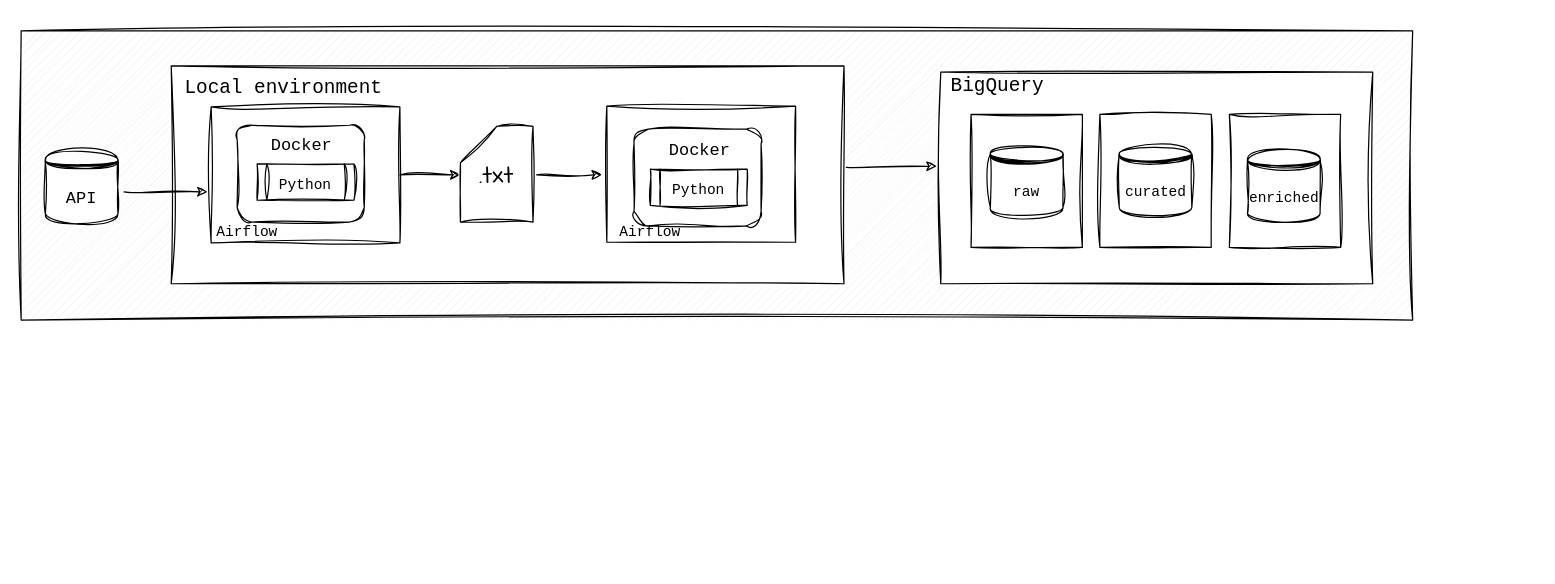
This is architecture.drawio from thaislba/open_brewery, a draw.io file, before an edit. Source tidied: cells renumbered, new cells numbered last; positions are measured from the earlier drawing's top-left corner, leaving out a move shared by most shapes. Both pictures are drawn from the tidied source at 121%, with x=0, y=0 at pixel (21, 30).
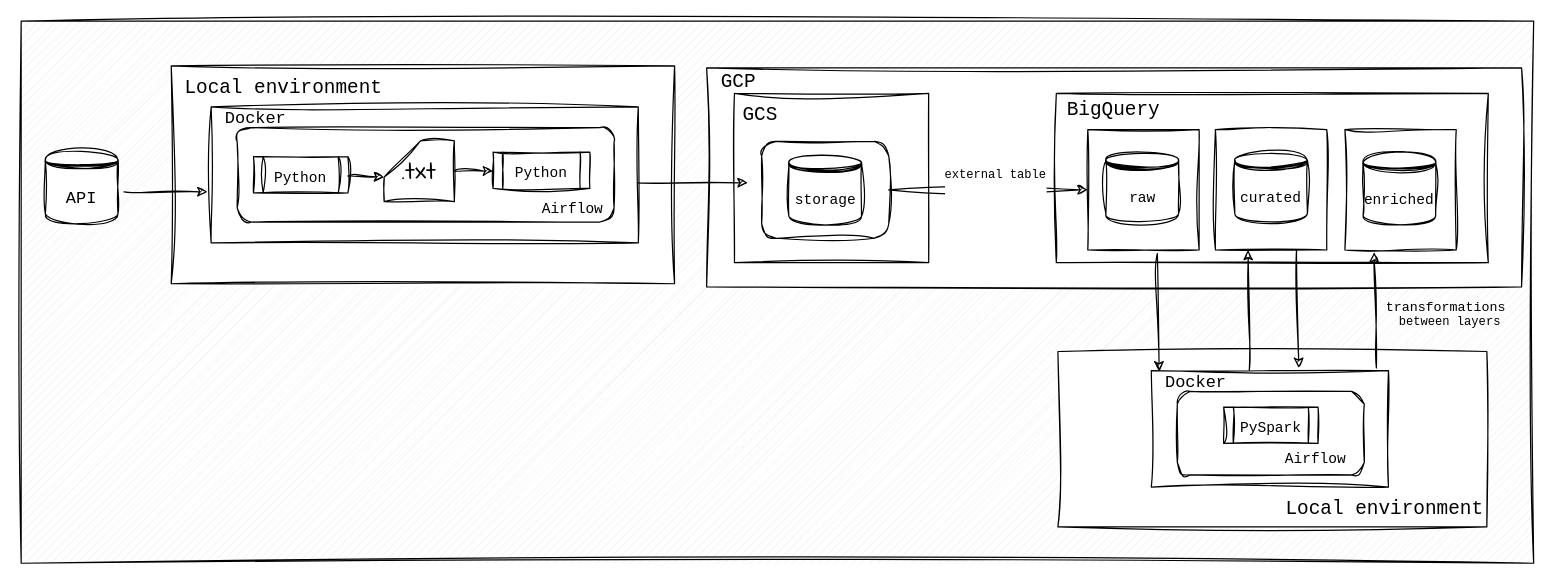
The same page after the edit.

What changed in the source:
```diff
@@
     <mxCell id="2" style="verticalLabelPosition=bottom;verticalAlign=top;html=1;shape=mxgraph.basic.patternFillRect;fillStyle=diag;step=5;fillStrokeWidth=0.2;fillStrokeColor=#dddddd;sketch=1;hachureGap=4;jiggle=2;curveFitting=1;fontFamily=Architects Daughter;fontSize=20;" parent="1" vertex="1">
-      <mxGeometry width="1150" height="239" as="geometry" />
+      <mxGeometry y="-8" width="1250" height="448" as="geometry" />
     </mxCell>
+    <mxCell id="29" style="rounded=0;whiteSpace=wrap;html=1;sketch=1;hachureGap=4;jiggle=2;curveFitting=1;fontFamily=Architects Daughter;fontSize=20;" parent="1" vertex="1">
+      <mxGeometry x="566.5" y="30.6" width="673.5" height="181" as="geometry" />
+    </mxCell>
     <mxCell id="3" style="rounded=0;whiteSpace=wrap;html=1;sketch=1;hachureGap=4;jiggle=2;curveFitting=1;fontFamily=Architects Daughter;fontSize=20;" parent="1" vertex="1">
-      <mxGeometry x="124" y="29" width="556" height="180" as="geometry" />
+      <mxGeometry x="124" y="29" width="416" height="180" as="geometry" />
     </mxCell>
-    <mxCell id="4" style="rounded=0;whiteSpace=wrap;html=1;sketch=1;hachureGap=4;jiggle=2;curveFitting=1;fontFamily=Architects Daughter;fontSize=20;" parent="1" vertex="1">
-      <mxGeometry x="484" y="62.2" width="156" height="112.5" as="geometry" />
-    </mxCell>
     <mxCell id="5" style="rounded=0;whiteSpace=wrap;html=1;sketch=1;hachureGap=4;jiggle=2;curveFitting=1;fontFamily=Architects Daughter;fontSize=20;" parent="1" vertex="1">
-      <mxGeometry x="760" y="34" width="357" height="175" as="geometry" />
+      <mxGeometry x="855.5" y="51.6" width="357" height="140" as="geometry" />
     </mxCell>
     <mxCell id="6" style="rounded=0;whiteSpace=wrap;html=1;sketch=1;curveFitting=1;jiggle=2;" parent="1" vertex="1">
-      <mxGeometry x="998.5" y="69" width="92" height="110" as="geometry" />
+      <mxGeometry x="1094" y="81.6" width="92" height="99.5" as="geometry" />
     </mxCell>
     <mxCell id="7" style="rounded=0;whiteSpace=wrap;html=1;sketch=1;curveFitting=1;jiggle=2;" parent="1" vertex="1">
-      <mxGeometry x="891.5" y="69" width="92" height="110" as="geometry" />
+      <mxGeometry x="987" y="81.6" width="92" height="99.5" as="geometry" />
     </mxCell>
     <mxCell id="8" style="rounded=0;whiteSpace=wrap;html=1;sketch=1;curveFitting=1;jiggle=2;" parent="1" vertex="1">
-      <mxGeometry x="785" y="69" width="92" height="110" as="geometry" />
+      <mxGeometry x="881.5" y="81.6" width="92" height="99.5" as="geometry" />
     </mxCell>
     <mxCell id="9" value="&lt;pre&gt;raw&lt;/pre&gt;" style="shape=datastore;whiteSpace=wrap;html=1;sketch=1;curveFitting=1;jiggle=2;" parent="1" vertex="1">
-      <mxGeometry x="801" y="94" width="60" height="60" as="geometry" />
+      <mxGeometry x="896.5" y="99.1" width="60" height="60" as="geometry" />
     </mxCell>
     <mxCell id="10" value="&lt;pre&gt;curated&lt;/pre&gt;" style="shape=datastore;whiteSpace=wrap;html=1;sketch=1;curveFitting=1;jiggle=2;" parent="1" vertex="1">
-      <mxGeometry x="907.5" y="94" width="60" height="60" as="geometry" />
+      <mxGeometry x="1003" y="99.1" width="60" height="60" as="geometry" />
     </mxCell>
     <mxCell id="11" value="&lt;pre&gt;enriched&lt;/pre&gt;" style="shape=datastore;whiteSpace=wrap;html=1;sketch=1;curveFitting=1;jiggle=2;" parent="1" vertex="1">
-      <mxGeometry x="1013.5" y="99" width="60" height="60" as="geometry" />
+      <mxGeometry x="1109" y="101.1" width="60" height="60" as="geometry" />
     </mxCell>
     <mxCell id="12" value="&lt;pre&gt;&lt;font style=&quot;font-size: 16px;&quot;&gt;BigQuery&lt;/font&gt;&lt;/pre&gt;" style="text;html=1;strokeColor=none;fillColor=none;align=center;verticalAlign=middle;whiteSpace=wrap;rounded=0;fontSize=20;fontFamily=Architects Daughter;" parent="1" vertex="1">
-      <mxGeometry x="777" y="29" width="60" height="30" as="geometry" />
+      <mxGeometry x="872.5" y="49.1" width="60" height="30" as="geometry" />
     </mxCell>
@@
     <mxCell id="15" style="rounded=0;whiteSpace=wrap;html=1;sketch=1;hachureGap=4;jiggle=2;curveFitting=1;fontFamily=Architects Daughter;fontSize=20;" parent="1" vertex="1">
-      <mxGeometry x="157" y="62.8" width="156" height="112.5" as="geometry" />
+      <mxGeometry x="157" y="62.8" width="353" height="112.5" as="geometry" />
     </mxCell>
     <mxCell id="16" style="rounded=1;whiteSpace=wrap;html=1;sketch=1;hachureGap=4;jiggle=2;curveFitting=1;fontFamily=Architects Daughter;fontSize=20;" parent="1" vertex="1">
-      <mxGeometry x="178.5" y="78" width="105" height="80" as="geometry" />
+      <mxGeometry x="178.5" y="80" width="311.5" height="78" as="geometry" />
     </mxCell>
     <mxCell id="17" value="&lt;pre&gt;&lt;font style=&quot;font-size: 12px;&quot;&gt;Python&lt;/font&gt;&lt;/pre&gt;" style="shape=process;whiteSpace=wrap;html=1;backgroundOutline=1;sketch=1;hachureGap=4;jiggle=2;curveFitting=1;fontFamily=Architects Daughter;fontSize=20;" parent="1" vertex="1">
-      <mxGeometry x="195" y="110" width="80" height="30" as="geometry" />
+      <mxGeometry x="192" y="104" width="78" height="30" as="geometry" />
     </mxCell>
     <mxCell id="18" value="&lt;pre&gt;&lt;font style=&quot;font-size: 14px;&quot;&gt;Docker&lt;/font&gt;&lt;/pre&gt;" style="text;html=1;strokeColor=none;fillColor=none;align=center;verticalAlign=middle;whiteSpace=wrap;rounded=0;fontSize=20;fontFamily=Architects Daughter;" parent="1" vertex="1">
-      <mxGeometry x="201.5" y="78" width="60" height="30" as="geometry" />
+      <mxGeometry x="163.5" y="56" width="60" height="30" as="geometry" />
     </mxCell>
@@
-    <mxCell id="20" style="rounded=1;whiteSpace=wrap;html=1;sketch=1;hachureGap=4;jiggle=2;curveFitting=1;fontFamily=Architects Daughter;fontSize=20;" parent="1" vertex="1">
-      <mxGeometry x="506.5" y="81.2" width="105" height="80" as="geometry" />
-    </mxCell>
     <mxCell id="21" value="&lt;pre&gt;&lt;font style=&quot;font-size: 12px;&quot;&gt;Python&lt;/font&gt;&lt;/pre&gt;" style="shape=process;whiteSpace=wrap;html=1;backgroundOutline=1;sketch=1;hachureGap=4;jiggle=2;curveFitting=1;fontFamily=Architects Daughter;fontSize=20;" parent="1" vertex="1">
-      <mxGeometry x="520" y="114.2" width="80" height="30" as="geometry" />
+      <mxGeometry x="390" y="100.2" width="80" height="30" as="geometry" />
     </mxCell>
+    <mxCell id="30" style="edgeStyle=orthogonalEdgeStyle;rounded=0;sketch=1;hachureGap=4;jiggle=2;curveFitting=1;jettySize=auto;html=1;exitX=1;exitY=0.5;exitDx=0;exitDy=0;exitPerimeter=0;entryX=0;entryY=0.5;entryDx=0;entryDy=0;fontFamily=Architects Daughter;fontSize=16;" parent="1" edge="1" source="23" target="21">
+      <mxGeometry relative="1" as="geometry" />
+    </mxCell>
+    <mxCell id="23" value=".txt" style="shape=card;whiteSpace=wrap;html=1;sketch=1;hachureGap=4;jiggle=2;curveFitting=1;fontFamily=Architects Daughter;fontSize=20;" parent="1" vertex="1">
+      <mxGeometry x="300" y="90.9" width="58" height="50.2" as="geometry" />
+    </mxCell>
+    <mxCell id="25" value="&lt;pre&gt;&lt;font style=&quot;font-size: 16px;&quot;&gt;Local environment&lt;/font&gt;&lt;/pre&gt;" style="text;html=1;strokeColor=none;fillColor=none;align=center;verticalAlign=middle;whiteSpace=wrap;rounded=0;fontSize=20;fontFamily=Architects Daughter;" parent="1" vertex="1">
+      <mxGeometry x="187" y="31" width="60" height="30" as="geometry" />
+    </mxCell>
+    <mxCell id="27" value="&lt;pre&gt;&lt;font style=&quot;font-size: 12px;&quot;&gt;Airflow&lt;/font&gt;&lt;/pre&gt;" style="text;html=1;strokeColor=none;fillColor=none;align=center;verticalAlign=middle;whiteSpace=wrap;rounded=0;fontSize=20;fontFamily=Architects Daughter;" parent="1" vertex="1">
+      <mxGeometry x="426" y="130.2" width="60" height="30" as="geometry" />
+    </mxCell>
+    <mxCell id="31" style="rounded=0;whiteSpace=wrap;html=1;sketch=1;hachureGap=4;jiggle=2;curveFitting=1;fontFamily=Architects Daughter;fontSize=20;" parent="1" vertex="1">
+      <mxGeometry x="589.5" y="51.6" width="160.5" height="140" as="geometry" />
+    </mxCell>
+    <mxCell id="32" value="&lt;pre&gt;&lt;font style=&quot;font-size: 16px;&quot;&gt;GCS&lt;/font&gt;&lt;/pre&gt;" style="text;html=1;strokeColor=none;fillColor=none;align=center;verticalAlign=middle;whiteSpace=wrap;rounded=0;fontSize=20;fontFamily=Architects Daughter;" parent="1" vertex="1">
+      <mxGeometry x="580.5" y="52.9" width="60" height="30" as="geometry" />
+    </mxCell>
+    <mxCell id="33" style="rounded=1;whiteSpace=wrap;html=1;sketch=1;hachureGap=4;jiggle=2;curveFitting=1;fontFamily=Architects Daughter;fontSize=20;" parent="1" vertex="1">
+      <mxGeometry x="612" y="91.4" width="105" height="80" as="geometry" />
+    </mxCell>
+    <mxCell id="34" value="&lt;pre&gt;storage&lt;/pre&gt;" style="shape=datastore;whiteSpace=wrap;html=1;sketch=1;curveFitting=1;jiggle=2;" parent="1" vertex="1">
+      <mxGeometry x="634.5" y="101.4" width="60" height="60" as="geometry" />
+    </mxCell>
+    <mxCell id="35" value="&lt;pre&gt;&lt;font style=&quot;font-size: 16px;&quot;&gt;GCP&lt;/font&gt;&lt;/pre&gt;" style="text;html=1;strokeColor=none;fillColor=none;align=center;verticalAlign=middle;whiteSpace=wrap;rounded=0;fontSize=20;fontFamily=Architects Daughter;" parent="1" vertex="1">
+      <mxGeometry x="562.5" y="26.4" width="60" height="30" as="geometry" />
+    </mxCell>
+    <mxCell id="36" style="endArrow=classic;html=1;rounded=0;sketch=1;hachureGap=4;jiggle=2;curveFitting=1;fontFamily=Architects Daughter;fontSize=16;exitX=1;exitY=0.5;exitDx=0;exitDy=0;entryX=0;entryY=0.5;entryDx=0;entryDy=0;" parent="1" edge="1" source="33" target="8">
+      <mxGeometry relative="1" as="geometry" />
+    </mxCell>
+    <mxCell id="37" value="&lt;pre&gt;&lt;font style=&quot;font-size: 10px;&quot;&gt;external table&lt;/font&gt;&lt;/pre&gt;" style="edgeLabel;html=1;align=center;verticalAlign=middle;fontSize=20;fontFamily=Architects Daughter;" parent="36" vertex="1">
+      <mxGeometry x="-0.33" y="3" relative="1" as="geometry">
+        <mxPoint x="33" y="-13" as="offset" />
+      </mxGeometry>
+    </mxCell>
+    <mxCell id="26" style="endArrow=classic;html=1;rounded=0;sketch=1;hachureGap=4;jiggle=2;curveFitting=1;fontFamily=Architects Daughter;fontSize=16;exitX=0.593;exitY=0.472;exitDx=0;exitDy=0;exitPerimeter=0;" parent="1" edge="1">
+      <mxGeometry relative="1" as="geometry">
+        <mxPoint x="510" y="125.7" as="sourcePoint" />
+        <mxPoint x="600.5" y="125.6" as="targetPoint" />
+      </mxGeometry>
+    </mxCell>
+    <mxCell id="38" style="endArrow=classic;html=1;rounded=0;sketch=1;hachureGap=4;jiggle=2;curveFitting=1;fontFamily=Architects Daughter;fontSize=16;entryX=0;entryY=0;entryDx=0;entryDy=30;entryPerimeter=0;" parent="1" edge="1" target="23">
+      <mxGeometry relative="1" as="geometry">
+        <mxPoint x="270" y="120" as="sourcePoint" />
+      </mxGeometry>
+    </mxCell>
+    <mxCell id="39" style="rounded=0;whiteSpace=wrap;html=1;sketch=1;hachureGap=4;jiggle=2;curveFitting=1;fontFamily=Architects Daughter;fontSize=20;" parent="1" vertex="1">
+      <mxGeometry x="856.8" y="265" width="354.5" height="145" as="geometry" />
+    </mxCell>
+    <mxCell id="40" style="rounded=0;whiteSpace=wrap;html=1;sketch=1;hachureGap=4;jiggle=2;curveFitting=1;fontFamily=Architects Daughter;fontSize=20;" parent="1" vertex="1">
+      <mxGeometry x="934" y="280.8" width="196" height="96.2" as="geometry" />
+    </mxCell>
+    <mxCell id="41" style="rounded=1;whiteSpace=wrap;html=1;sketch=1;hachureGap=4;jiggle=2;curveFitting=1;fontFamily=Architects Daughter;fontSize=20;" parent="1" vertex="1">
+      <mxGeometry x="955.5" y="298" width="154.5" height="69" as="geometry" />
+    </mxCell>
+    <mxCell id="42" value="&lt;pre&gt;&lt;font style=&quot;font-size: 12px;&quot;&gt;PySpark&lt;/font&gt;&lt;/pre&gt;" style="shape=process;whiteSpace=wrap;html=1;backgroundOutline=1;sketch=1;hachureGap=4;jiggle=2;curveFitting=1;fontFamily=Architects Daughter;fontSize=20;" parent="1" vertex="1">
+      <mxGeometry x="993.8" y="311" width="78" height="30" as="geometry" />
+    </mxCell>
     <mxCell id="22" value="&lt;pre&gt;&lt;font style=&quot;font-size: 14px;&quot;&gt;Docker&lt;/font&gt;&lt;/pre&gt;" style="text;html=1;strokeColor=none;fillColor=none;align=center;verticalAlign=middle;whiteSpace=wrap;rounded=0;fontSize=20;fontFamily=Architects Daughter;" parent="1" vertex="1">
-      <mxGeometry x="530.5" y="82.2" width="60" height="30" as="geometry" />
+      <mxGeometry x="940.5" y="274" width="60" height="30" as="geometry" />
     </mxCell>
-    <mxCell id="23" value=".txt" style="shape=card;whiteSpace=wrap;html=1;sketch=1;hachureGap=4;jiggle=2;curveFitting=1;fontFamily=Architects Daughter;fontSize=20;" parent="1" vertex="1">
-      <mxGeometry x="363" y="79" width="60" height="79" as="geometry" />
-    </mxCell>
-    <mxCell id="24" style="endArrow=classic;html=1;rounded=0;sketch=1;hachureGap=4;jiggle=2;curveFitting=1;fontFamily=Architects Daughter;fontSize=16;" parent="1" edge="1">
-      <mxGeometry relative="1" as="geometry">
-        <mxPoint x="426" y="119" as="sourcePoint" />
-        <mxPoint x="480" y="119" as="targetPoint" />
-      </mxGeometry>
-    </mxCell>
-    <mxCell id="25" value="&lt;pre&gt;&lt;font style=&quot;font-size: 16px;&quot;&gt;Local environment&lt;/font&gt;&lt;/pre&gt;" style="text;html=1;strokeColor=none;fillColor=none;align=center;verticalAlign=middle;whiteSpace=wrap;rounded=0;fontSize=20;fontFamily=Architects Daughter;" parent="1" vertex="1">
-      <mxGeometry x="187" y="31" width="60" height="30" as="geometry" />
-    </mxCell>
-    <mxCell id="26" style="endArrow=classic;html=1;rounded=0;sketch=1;hachureGap=4;jiggle=2;curveFitting=1;fontFamily=Architects Daughter;fontSize=16;entryX=0.658;entryY=0.468;entryDx=0;entryDy=0;entryPerimeter=0;exitX=0.593;exitY=0.472;exitDx=0;exitDy=0;exitPerimeter=0;" parent="1" edge="1" source="2" target="2">
-      <mxGeometry relative="1" as="geometry" />
-    </mxCell>
-    <mxCell id="27" value="&lt;pre&gt;&lt;font style=&quot;font-size: 12px;&quot;&gt;Airflow&lt;/font&gt;&lt;/pre&gt;" style="text;html=1;strokeColor=none;fillColor=none;align=center;verticalAlign=middle;whiteSpace=wrap;rounded=0;fontSize=20;fontFamily=Architects Daughter;" parent="1" vertex="1">
-      <mxGeometry x="157" y="149" width="60" height="30" as="geometry" />
-    </mxCell>
+    <mxCell id="43" value="&lt;pre&gt;&lt;font style=&quot;font-size: 16px;&quot;&gt;Local environment&lt;/font&gt;&lt;/pre&gt;" style="text;html=1;strokeColor=none;fillColor=none;align=center;verticalAlign=middle;whiteSpace=wrap;rounded=0;fontSize=20;fontFamily=Architects Daughter;" parent="1" vertex="1">
+      <mxGeometry x="1097" y="379" width="60" height="30" as="geometry" />
+    </mxCell>
     <mxCell id="28" value="&lt;pre&gt;&lt;font style=&quot;font-size: 12px;&quot;&gt;Airflow&lt;/font&gt;&lt;/pre&gt;" style="text;html=1;strokeColor=none;fillColor=none;align=center;verticalAlign=middle;whiteSpace=wrap;rounded=0;fontSize=20;fontFamily=Architects Daughter;" parent="1" vertex="1">
-      <mxGeometry x="490" y="149" width="60" height="30" as="geometry" />
+      <mxGeometry x="1040" y="337" width="60" height="30" as="geometry" />
     </mxCell>
+    <mxCell id="44" style="endArrow=classic;html=1;rounded=0;sketch=1;hachureGap=4;jiggle=2;curveFitting=1;fontFamily=Architects Daughter;fontSize=16;exitX=0.625;exitY=1.029;exitDx=0;exitDy=0;entryX=0;entryY=0.25;entryDx=0;entryDy=0;exitPerimeter=0;" parent="1" edge="1" source="8" target="22">
+      <mxGeometry relative="1" as="geometry" />
+    </mxCell>
+    <mxCell id="45" style="endArrow=classic;html=1;rounded=0;sketch=1;hachureGap=4;jiggle=2;curveFitting=1;fontFamily=Architects Daughter;fontSize=16;exitX=0.413;exitY=-0.003;exitDx=0;exitDy=0;entryX=0.375;entryY=0.033;entryDx=0;entryDy=0;entryPerimeter=0;exitPerimeter=0;" parent="1" edge="1" source="40">
+      <mxGeometry relative="1" as="geometry">
+        <mxPoint x="1014" y="181" as="targetPoint" />
+      </mxGeometry>
+    </mxCell>
+    <mxCell id="46" style="endArrow=classic;html=1;rounded=0;sketch=1;hachureGap=4;jiggle=2;curveFitting=1;fontFamily=Architects Daughter;fontSize=16;exitX=0.5;exitY=1;exitDx=0;exitDy=0;entryX=0.622;entryY=-0.023;entryDx=0;entryDy=0;entryPerimeter=0;" parent="1" edge="1" target="40">
+      <mxGeometry relative="1" as="geometry">
+        <mxPoint x="1054" y="181" as="sourcePoint" />
+      </mxGeometry>
+    </mxCell>
+    <mxCell id="47" style="endArrow=classic;html=1;rounded=0;sketch=1;hachureGap=4;jiggle=2;curveFitting=1;fontFamily=Architects Daughter;fontSize=16;exitX=0.949;exitY=-0.023;exitDx=0;exitDy=0;entryX=0.375;entryY=0.033;entryDx=0;entryDy=0;entryPerimeter=0;exitPerimeter=0;" parent="1" edge="1" source="40">
+      <mxGeometry relative="1" as="geometry">
+        <mxPoint x="1118" y="183" as="targetPoint" />
+      </mxGeometry>
+    </mxCell>
+    <mxCell id="48" value="&lt;pre style=&quot;font-size: 10px;&quot;&gt;&lt;font style=&quot;&quot;&gt;&lt;span style=&quot;font-size: 11px;&quot;&gt;transformations &lt;br&gt;&lt;/span&gt;&lt;/font&gt;between layers&lt;/pre&gt;" style="text;html=1;strokeColor=none;fillColor=none;align=center;verticalAlign=middle;whiteSpace=wrap;rounded=0;fontSize=20;fontFamily=Architects Daughter;" parent="1" vertex="1">
+      <mxGeometry x="1151.2" y="220" width="60" height="30" as="geometry" />
+    </mxCell>
```
